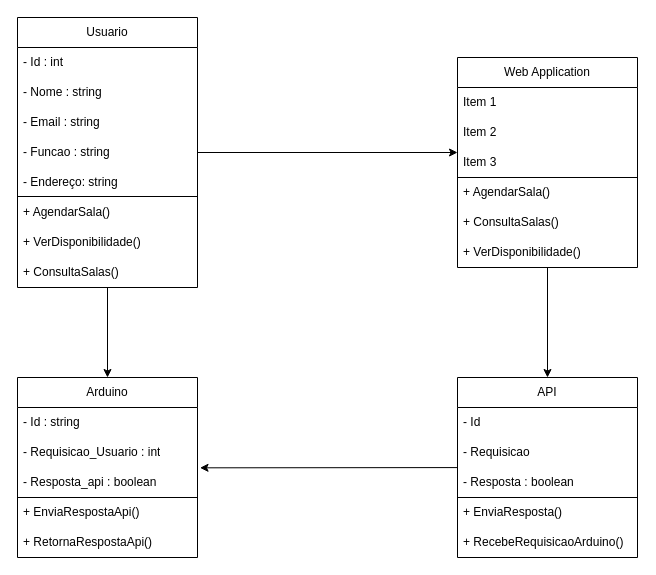
Before: documentação e diagramas/Diagrama sem nome.drawio in ArielAndrielli/Fatec-PI-4-Semestre, a draw.io diagram. Source tidied: cells renumbered, new cells numbered last; positions are measured from the earlier drawing's top-left corner, leaving out a move shared by most shapes. Both pictures are drawn from the tidied source at 100%, with x=0, y=0 at pixel (17, 17).
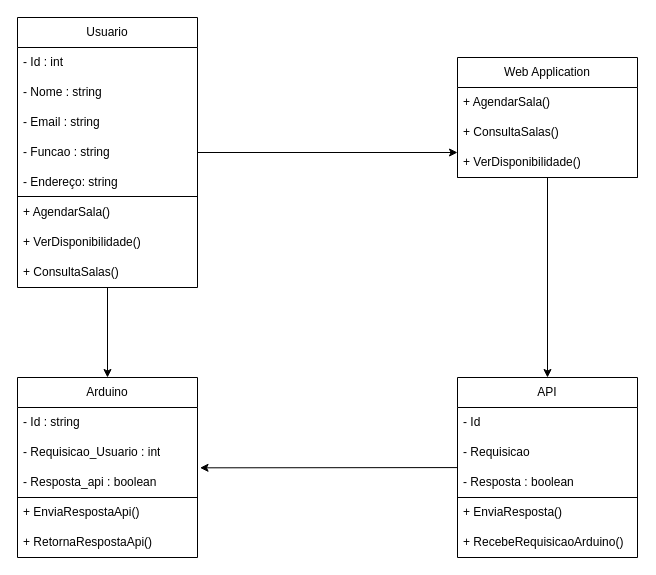
The same diagram, later.

Commit message:
Atualizar class diagram

What changed in the source:
```diff
@@
     <mxCell id="30" value="Web Application" style="swimlane;fontStyle=0;horizontal=1;startSize=30;whiteSpace=wrap;html=1;" parent="1" vertex="1">
-      <mxGeometry x="440" y="40" width="180" height="210" as="geometry" />
+      <mxGeometry x="440" y="40" width="180" height="120" as="geometry" />
     </mxCell>
-    <mxCell id="31" value="Item 1" style="text;strokeColor=none;fillColor=none;align=left;verticalAlign=middle;spacingLeft=4;spacingRight=4;overflow=hidden;whiteSpace=wrap;html=1;" parent="30" vertex="1">
-      <mxGeometry y="30" width="180" height="30" as="geometry" />
-    </mxCell>
-    <mxCell id="32" value="Item 2" style="text;strokeColor=none;fillColor=none;align=left;verticalAlign=middle;spacingLeft=4;spacingRight=4;overflow=hidden;whiteSpace=wrap;html=1;" parent="30" vertex="1">
-      <mxGeometry y="60" width="180" height="30" as="geometry" />
-    </mxCell>
-    <mxCell id="33" value="Item 3" style="text;strokeColor=none;fillColor=none;align=left;verticalAlign=middle;spacingLeft=4;spacingRight=4;overflow=hidden;whiteSpace=wrap;html=1;" parent="30" vertex="1">
-      <mxGeometry y="90" width="180" height="30" as="geometry" />
-    </mxCell>
@@
     <mxCell id="35" value="+ AgendarSala()" style="text;strokeColor=none;fillColor=none;align=left;verticalAlign=middle;spacingLeft=4;spacingRight=4;overflow=hidden;whiteSpace=wrap;html=1;" parent="30" vertex="1">
-      <mxGeometry y="120" width="180" height="30" as="geometry" />
+      <mxGeometry y="30" width="180" height="30" as="geometry" />
     </mxCell>
     <mxCell id="36" value="+ ConsultaSalas()" style="text;strokeColor=none;fillColor=none;align=left;verticalAlign=middle;spacingLeft=4;spacingRight=4;overflow=hidden;whiteSpace=wrap;html=1;" parent="30" vertex="1">
-      <mxGeometry y="150" width="180" height="30" as="geometry" />
+      <mxGeometry y="60" width="180" height="30" as="geometry" />
     </mxCell>
     <mxCell id="37" value="+ VerDisponibilidade()" style="text;strokeColor=none;fillColor=none;align=left;verticalAlign=middle;spacingLeft=4;spacingRight=4;overflow=hidden;whiteSpace=wrap;html=1;" parent="30" vertex="1">
-      <mxGeometry y="180" width="180" height="30" as="geometry" />
+      <mxGeometry y="90" width="180" height="30" as="geometry" />
     </mxCell>
```
